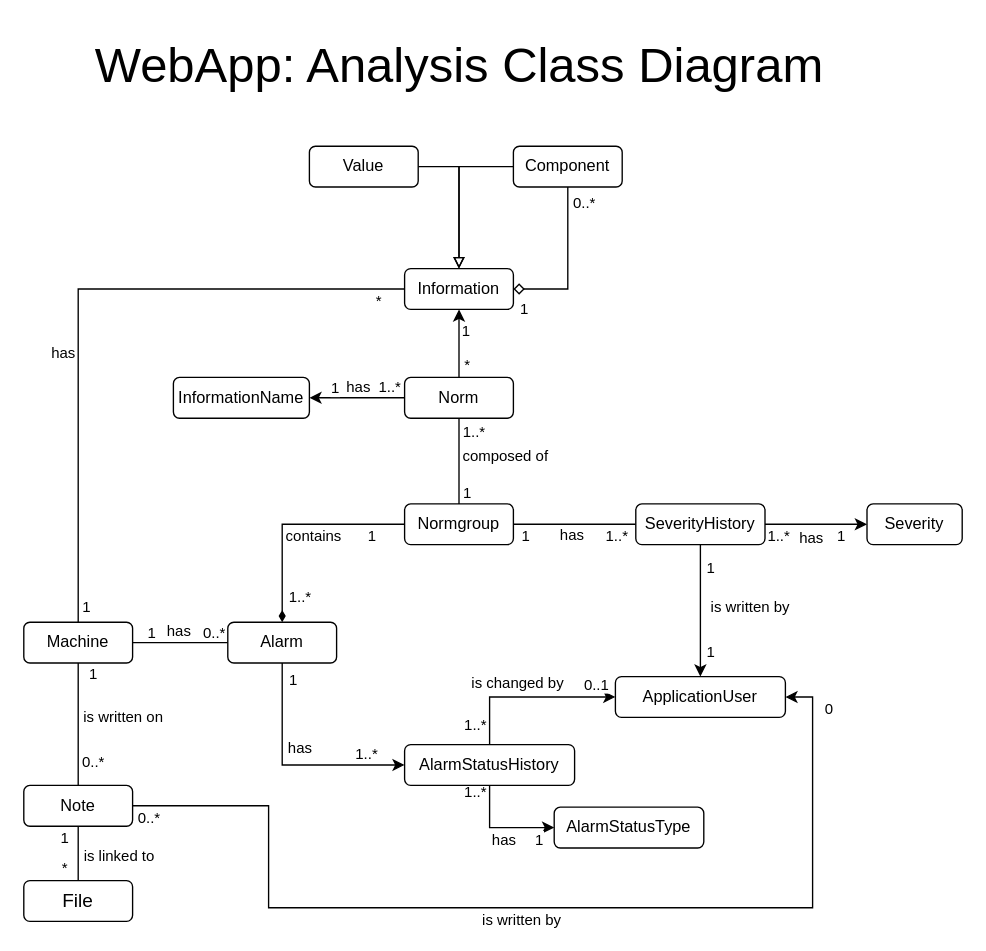
S0lth/UIT_manager keeps this draw.io diagram as Doc/Diagrams/original/4_WebApp_ClassDiagram.drawio. Above is the earlier version. Source tidied: cells renumbered, new cells numbered last; positions are measured from the earlier drawing's top-left corner, leaving out a move shared by most shapes. Both pictures are drawn from the tidied source at 136%, with x=0, y=0 at pixel (23, 23).
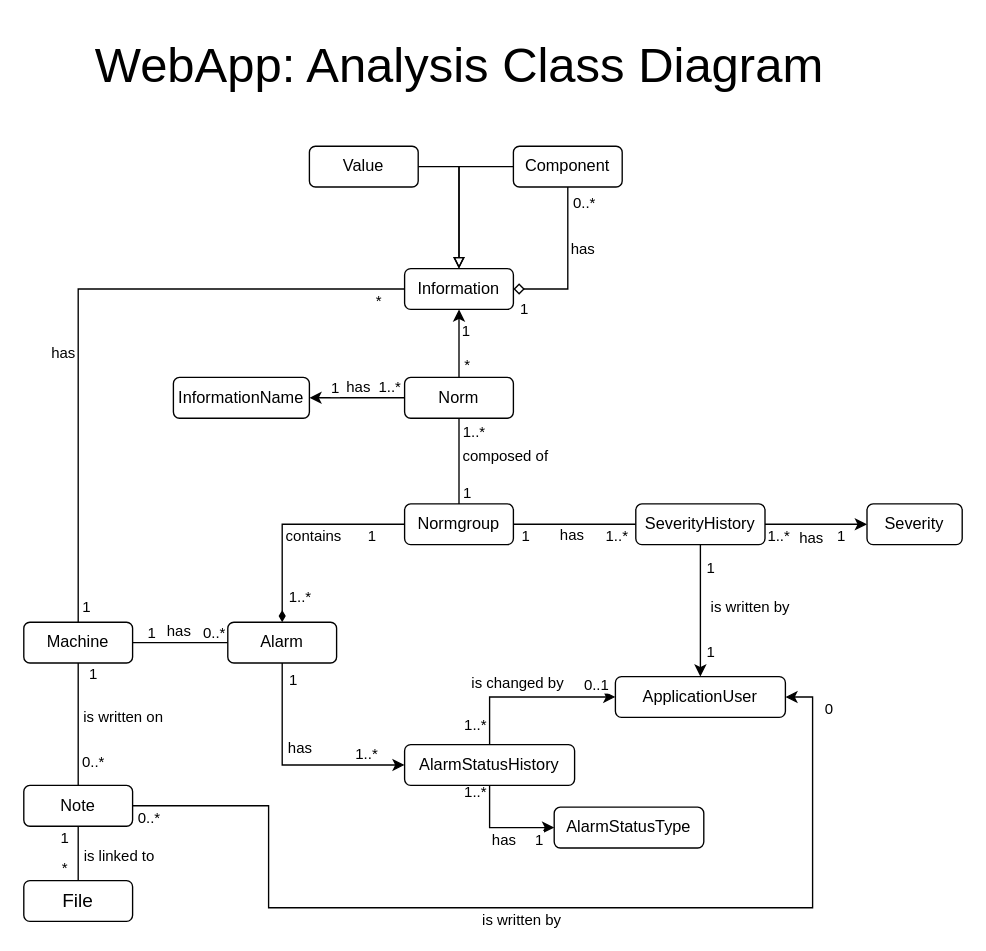
The same page after the edit.

Commit message (it also covers changes not shown here):
ref: diagrams

The change refers to these unchanged cells:
```xml
<mxCell id="77" style="edgeStyle=orthogonalEdgeStyle;rounded=0;jettySize=auto;html=1;entryX=1;entryY=0.5;entryDx=0;entryDy=0;endArrow=diamond;endFill=0;startArrow=none;startFill=0;exitX=0.5;exitY=1;exitDx=0;exitDy=0;" parent="1" edge="1" source="80" target="73">
  <mxGeometry relative="1" as="geometry" />
</mxCell>
```

Change to the diagram source:
```diff
@@
+    <mxCell id="82" value="has" style="edgeLabel;html=1;align=center;verticalAlign=middle;" parent="77" vertex="1">
+      <mxGeometry x="-0.22" y="2" relative="1" as="geometry">
+        <mxPoint x="8" as="offset" />
+      </mxGeometry>
+    </mxCell>
```
